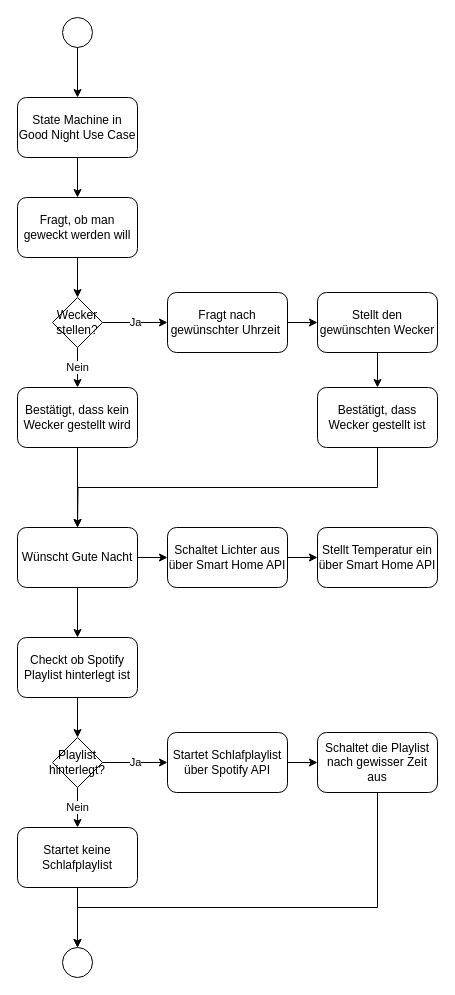
This is docs/activity_diagram_good_night.drawio from ASWE-PDA/Personal-Digital-Agent, a draw.io file, before an edit. Source tidied: cells renumbered, new cells numbered last; positions are measured from the earlier drawing's top-left corner, leaving out a move shared by most shapes. Both pictures are drawn from the tidied source at 100%, with x=0, y=0 at pixel (17, 17).
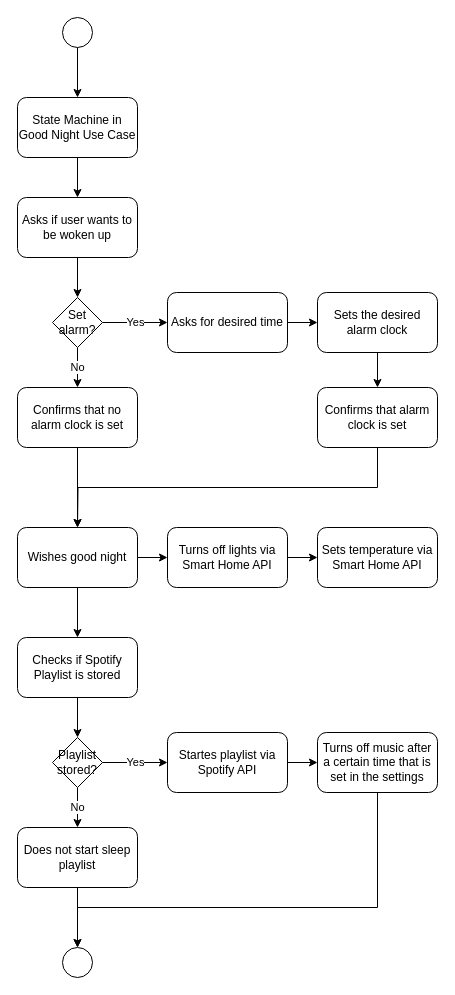
The same diagram, later.

Commit message (it also covers changes not shown here):
translate doc to english

Diff of the diagram source:
```diff
@@
-    <mxCell id="5" value="Fragt, ob man geweckt werden will" style="rounded=1;whiteSpace=wrap;html=1;" parent="1" vertex="1">
+    <mxCell id="5" value="Asks if user wants to be woken up" style="rounded=1;whiteSpace=wrap;html=1;" parent="1" vertex="1">
       <mxGeometry y="180" width="120" height="60" as="geometry" />
     </mxCell>
-    <mxCell id="6" value="Nein" style="edgeStyle=orthogonalEdgeStyle;rounded=0;jettySize=auto;html=1;exitX=0.5;exitY=1;exitDx=0;exitDy=0;entryX=0.5;entryY=0;entryDx=0;entryDy=0;" parent="1" edge="1" source="8" target="10">
+    <mxCell id="6" value="No" style="edgeStyle=orthogonalEdgeStyle;rounded=0;jettySize=auto;html=1;exitX=0.5;exitY=1;exitDx=0;exitDy=0;entryX=0.5;entryY=0;entryDx=0;entryDy=0;" parent="1" edge="1" source="8" target="10">
       <mxGeometry relative="1" as="geometry" />
     </mxCell>
-    <mxCell id="7" value="Ja" style="edgeStyle=orthogonalEdgeStyle;rounded=0;jettySize=auto;html=1;exitX=1;exitY=0.5;exitDx=0;exitDy=0;entryX=0;entryY=0.5;entryDx=0;entryDy=0;" parent="1" edge="1" source="8" target="27">
+    <mxCell id="7" value="Yes" style="edgeStyle=orthogonalEdgeStyle;rounded=0;jettySize=auto;html=1;exitX=1;exitY=0.5;exitDx=0;exitDy=0;entryX=0;entryY=0.5;entryDx=0;entryDy=0;" parent="1" edge="1" source="8" target="27">
       <mxGeometry relative="1" as="geometry" />
     </mxCell>
-    <mxCell id="8" value="Wecker stellen?" style="rhombus;whiteSpace=wrap;html=1;" parent="1" vertex="1">
+    <mxCell id="8" value="Set alarm?" style="rhombus;whiteSpace=wrap;html=1;" parent="1" vertex="1">
       <mxGeometry x="35" y="280" width="50" height="50" as="geometry" />
     </mxCell>
@@
-    <mxCell id="10" value="Bestätigt, dass kein Wecker gestellt wird" style="rounded=1;whiteSpace=wrap;html=1;" parent="1" vertex="1">
+    <mxCell id="10" value="Confirms that no alarm clock is set" style="rounded=1;whiteSpace=wrap;html=1;" parent="1" vertex="1">
       <mxGeometry y="370" width="120" height="60" as="geometry" />
     </mxCell>
@@
-    <mxCell id="13" value="Wünscht Gute Nacht" style="rounded=1;whiteSpace=wrap;html=1;" parent="1" vertex="1">
+    <mxCell id="13" value="Wishes good night" style="rounded=1;whiteSpace=wrap;html=1;" parent="1" vertex="1">
       <mxGeometry y="510" width="120" height="60" as="geometry" />
     </mxCell>
@@
-    <mxCell id="15" value="Schaltet Lichter aus über Smart Home API" style="rounded=1;whiteSpace=wrap;html=1;" parent="1" vertex="1">
+    <mxCell id="15" value="Turns off lights via Smart Home API" style="rounded=1;whiteSpace=wrap;html=1;" parent="1" vertex="1">
       <mxGeometry x="150" y="510" width="120" height="60" as="geometry" />
     </mxCell>
-    <mxCell id="16" value="Stellt Temperatur ein über Smart Home API" style="rounded=1;whiteSpace=wrap;html=1;" parent="1" vertex="1">
+    <mxCell id="16" value="Sets temperature via Smart Home API" style="rounded=1;whiteSpace=wrap;html=1;" parent="1" vertex="1">
       <mxGeometry x="300" y="510" width="120" height="60" as="geometry" />
     </mxCell>
@@
-    <mxCell id="18" value="Checkt ob Spotify Playlist hinterlegt ist" style="rounded=1;whiteSpace=wrap;html=1;" parent="1" vertex="1">
+    <mxCell id="18" value="Checks if Spotify Playlist is stored" style="rounded=1;whiteSpace=wrap;html=1;" parent="1" vertex="1">
       <mxGeometry y="620" width="120" height="60" as="geometry" />
     </mxCell>
-    <mxCell id="19" value="Ja" style="edgeStyle=orthogonalEdgeStyle;rounded=0;jettySize=auto;html=1;exitX=1;exitY=0.5;exitDx=0;exitDy=0;entryX=0;entryY=0.5;entryDx=0;entryDy=0;" parent="1" edge="1" source="21" target="23">
+    <mxCell id="19" value="Yes" style="edgeStyle=orthogonalEdgeStyle;rounded=0;jettySize=auto;html=1;exitX=1;exitY=0.5;exitDx=0;exitDy=0;entryX=0;entryY=0.5;entryDx=0;entryDy=0;" parent="1" edge="1" source="21" target="23">
       <mxGeometry relative="1" as="geometry" />
     </mxCell>
-    <mxCell id="20" value="Nein" style="edgeStyle=orthogonalEdgeStyle;rounded=0;jettySize=auto;html=1;exitX=0.5;exitY=1;exitDx=0;exitDy=0;entryX=0.5;entryY=0;entryDx=0;entryDy=0;" parent="1" edge="1" source="21" target="25">
+    <mxCell id="20" value="No" style="edgeStyle=orthogonalEdgeStyle;rounded=0;jettySize=auto;html=1;exitX=0.5;exitY=1;exitDx=0;exitDy=0;entryX=0.5;entryY=0;entryDx=0;entryDy=0;" parent="1" edge="1" source="21" target="25">
       <mxGeometry relative="1" as="geometry" />
     </mxCell>
-    <mxCell id="21" value="Playlist hinterlegt?" style="rhombus;whiteSpace=wrap;html=1;" parent="1" vertex="1">
+    <mxCell id="21" value="Playlist stored?" style="rhombus;whiteSpace=wrap;html=1;" parent="1" vertex="1">
       <mxGeometry x="35" y="720" width="50" height="50" as="geometry" />
     </mxCell>
@@
-    <mxCell id="23" value="Startet Schlafplaylist über Spotify API" style="rounded=1;whiteSpace=wrap;html=1;" parent="1" vertex="1">
+    <mxCell id="23" value="Startes playlist via Spotify API" style="rounded=1;whiteSpace=wrap;html=1;" parent="1" vertex="1">
       <mxGeometry x="150" y="715" width="120" height="60" as="geometry" />
     </mxCell>
@@
-    <mxCell id="25" value="Startet keine Schlafplaylist" style="rounded=1;whiteSpace=wrap;html=1;" parent="1" vertex="1">
+    <mxCell id="25" value="Does not start sleep playlist" style="rounded=1;whiteSpace=wrap;html=1;" parent="1" vertex="1">
       <mxGeometry y="810" width="120" height="60" as="geometry" />
     </mxCell>
@@
-    <mxCell id="27" value="Fragt nach gewünschter Uhrzeit&amp;nbsp;" style="rounded=1;whiteSpace=wrap;html=1;" parent="1" vertex="1">
+    <mxCell id="27" value="Asks for desired time" style="rounded=1;whiteSpace=wrap;html=1;" parent="1" vertex="1">
       <mxGeometry x="150" y="275" width="120" height="60" as="geometry" />
     </mxCell>
@@
-    <mxCell id="29" value="Stellt den gewünschten Wecker" style="rounded=1;whiteSpace=wrap;html=1;" parent="1" vertex="1">
+    <mxCell id="29" value="Sets the desired alarm clock" style="rounded=1;whiteSpace=wrap;html=1;" parent="1" vertex="1">
       <mxGeometry x="300" y="275" width="120" height="60" as="geometry" />
     </mxCell>
@@
-    <mxCell id="31" value="Bestätigt, dass Wecker gestellt ist" style="rounded=1;whiteSpace=wrap;html=1;" parent="1" vertex="1">
+    <mxCell id="31" value="Confirms that alarm clock is set" style="rounded=1;whiteSpace=wrap;html=1;" parent="1" vertex="1">
       <mxGeometry x="300" y="370" width="120" height="60" as="geometry" />
     </mxCell>
@@
-    <mxCell id="33" value="Schaltet die Playlist nach gewisser Zeit aus" style="rounded=1;whiteSpace=wrap;html=1;" parent="1" vertex="1">
+    <mxCell id="33" value="Turns off music after a certain time that is set in the settings" style="rounded=1;whiteSpace=wrap;html=1;" parent="1" vertex="1">
       <mxGeometry x="300" y="715" width="120" height="60" as="geometry" />
     </mxCell>
```
